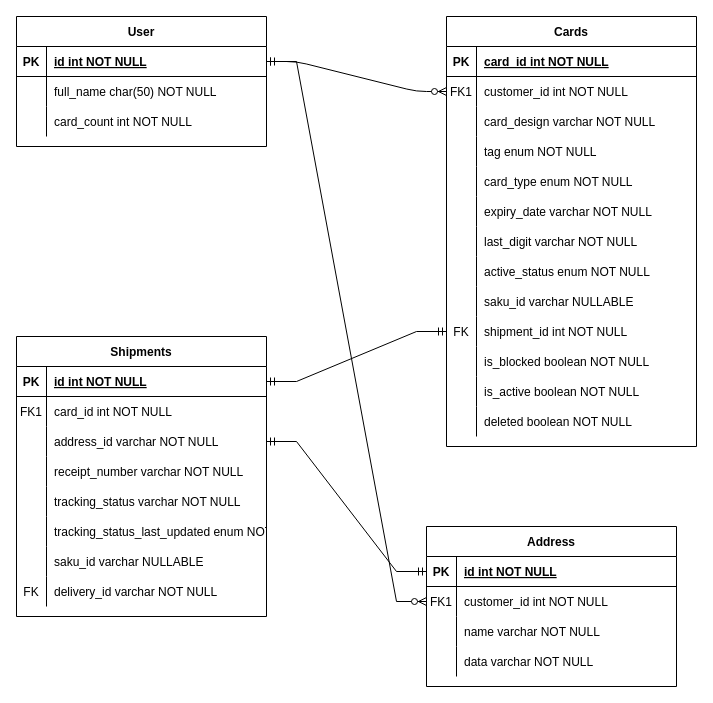
Above: Untitled Diagram.drawio in Kresnadc/lib-DrawIO (draw.io), before the change. Source tidied: cells renumbered, new cells numbered last; positions are measured from the earlier drawing's top-left corner, leaving out a move shared by most shapes. Both pictures are drawn from the tidied source at 100%, with x=0, y=0 at pixel (16, 16).
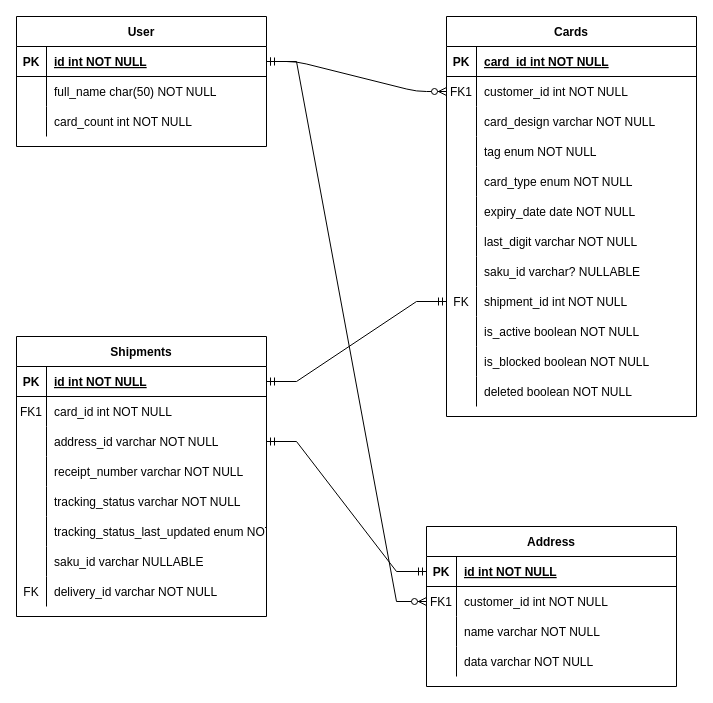
The same diagram, later.

The change refers to these unchanged cells:
```xml
<mxCell id="19" style="shape=partialRectangle;fillColor=none;top=0;left=0;right=0;bottom=0;" parent="3" vertex="1">
  <mxGeometry y="180" width="250" height="30" as="geometry" />
</mxCell>
```

What changed in the source:
```diff
@@
     <mxCell id="3" value="Cards" style="shape=table;startSize=30;childLayout=tableLayout;rowLines=0;fontStyle=1;align=center;" parent="1" vertex="1">
-      <mxGeometry x="430" width="250" height="430" as="geometry" />
+      <mxGeometry x="430" width="250" height="400" as="geometry" />
     </mxCell>
@@
-    <mxCell id="21" value="expiry_date varchar NOT NULL" style="shape=partialRectangle;overflow=hidden;fillColor=none;top=0;left=0;bottom=0;right=0;align=left;spacingLeft=6;" parent="19" vertex="1">
+    <mxCell id="21" value="expiry_date date NOT NULL" style="shape=partialRectangle;overflow=hidden;fillColor=none;top=0;left=0;bottom=0;right=0;align=left;spacingLeft=6;" parent="19" vertex="1">
       <mxGeometry x="30" width="220" height="30" as="geometry" />
     </mxCell>
@@
-    <mxCell id="25" style="shape=partialRectangle;fillColor=none;top=0;left=0;right=0;bottom=0;" parent="3" vertex="1">
-      <mxGeometry y="240" width="250" height="30" as="geometry" />
-    </mxCell>
-    <mxCell id="26" style="shape=partialRectangle;overflow=hidden;fillColor=none;top=0;left=0;bottom=0;right=0;" parent="25" vertex="1">
-      <mxGeometry width="30" height="30" as="geometry" />
-    </mxCell>
-    <mxCell id="27" value="active_status enum NOT NULL" style="shape=partialRectangle;overflow=hidden;fillColor=none;top=0;left=0;bottom=0;right=0;align=left;spacingLeft=6;" parent="25" vertex="1">
-      <mxGeometry x="30" width="220" height="30" as="geometry" />
-    </mxCell>
     <mxCell id="28" style="shape=partialRectangle;fillColor=none;top=0;left=0;right=0;bottom=0;" parent="3" vertex="1">
-      <mxGeometry y="270" width="250" height="30" as="geometry" />
+      <mxGeometry y="240" width="250" height="30" as="geometry" />
     </mxCell>
@@
-    <mxCell id="30" value="saku_id varchar NULLABLE" style="shape=partialRectangle;overflow=hidden;fillColor=none;top=0;left=0;bottom=0;right=0;align=left;spacingLeft=6;" parent="28" vertex="1">
+    <mxCell id="30" value="saku_id varchar? NULLABLE" style="shape=partialRectangle;overflow=hidden;fillColor=none;top=0;left=0;bottom=0;right=0;align=left;spacingLeft=6;" parent="28" vertex="1">
       <mxGeometry x="30" width="220" height="30" as="geometry" />
     </mxCell>
     <mxCell id="31" style="shape=partialRectangle;fillColor=none;points=[[0,0.5],[1,0.5]];portConstraint=eastwest;top=0;left=0;right=0;bottom=0;" parent="3" vertex="1">
-      <mxGeometry y="300" width="250" height="30" as="geometry" />
+      <mxGeometry y="270" width="250" height="30" as="geometry" />
     </mxCell>
@@
+    <mxCell id="25" style="shape=partialRectangle;fillColor=none;top=0;left=0;right=0;bottom=0;" parent="3" vertex="1">
+      <mxGeometry y="300" width="250" height="30" as="geometry" />
+    </mxCell>
+    <mxCell id="26" style="shape=partialRectangle;overflow=hidden;fillColor=none;top=0;left=0;bottom=0;right=0;" parent="25" vertex="1">
+      <mxGeometry width="30" height="30" as="geometry" />
+    </mxCell>
+    <mxCell id="27" value="is_active boolean NOT NULL" style="shape=partialRectangle;overflow=hidden;fillColor=none;top=0;left=0;bottom=0;right=0;align=left;spacingLeft=6;" parent="25" vertex="1">
+      <mxGeometry x="30" width="220" height="30" as="geometry" />
+    </mxCell>
@@
-    <mxCell id="37" style="shape=partialRectangle;fillColor=none;top=0;left=0;right=0;bottom=0;" parent="3" vertex="1">
-      <mxGeometry y="360" width="250" height="30" as="geometry" />
-    </mxCell>
-    <mxCell id="38" style="shape=partialRectangle;overflow=hidden;fillColor=none;top=0;left=0;bottom=0;right=0;" parent="37" vertex="1">
-      <mxGeometry width="30" height="30" as="geometry" />
-    </mxCell>
-    <mxCell id="39" value="is_active boolean NOT NULL" style="shape=partialRectangle;overflow=hidden;fillColor=none;top=0;left=0;bottom=0;right=0;align=left;spacingLeft=6;" parent="37" vertex="1">
-      <mxGeometry x="30" width="220" height="30" as="geometry" />
-    </mxCell>
     <mxCell id="40" style="shape=partialRectangle;fillColor=none;top=0;left=0;right=0;bottom=0;" parent="3" vertex="1">
-      <mxGeometry y="390" width="250" height="30" as="geometry" />
+      <mxGeometry y="360" width="250" height="30" as="geometry" />
     </mxCell>
```
